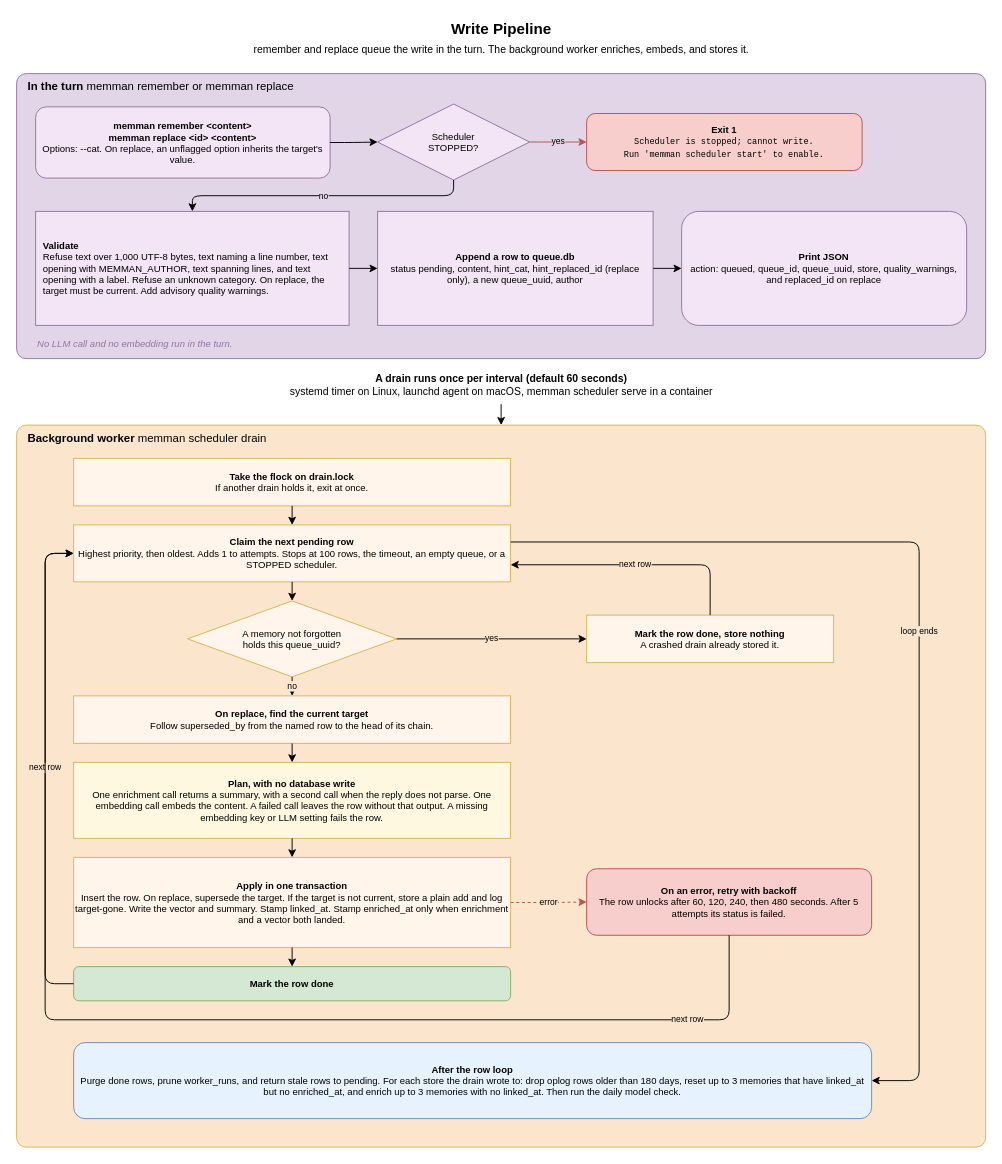
The draw.io diagram docs/diagrams/04-remember-pipeline.drawio in bissli/memman, before the edit. Source tidied: cells renumbered, new cells numbered last; positions are measured from the earlier drawing's top-left corner, leaving out a move shared by most shapes. Both pictures are drawn from the tidied source at 95%, with x=0, y=0 at pixel (16, 16).
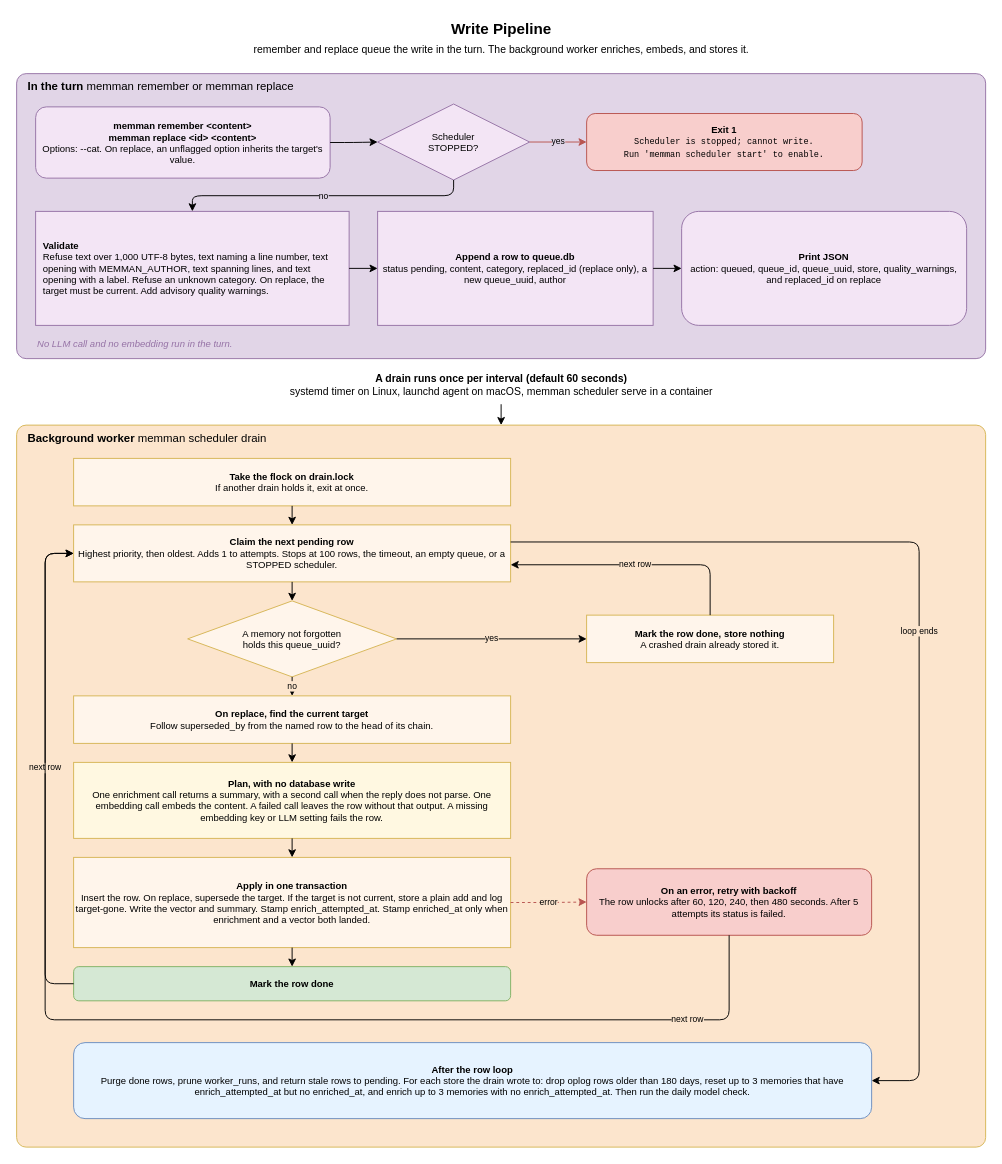
After the change.

Change to the diagram source:
```diff
@@
-    <mxCell id="8" value="&lt;b&gt;Append a row to queue.db&lt;/b&gt;&lt;br&gt;status pending, content, hint_cat, hint_replaced_id (replace only), a new queue_uuid, author" style="rounded=0;whiteSpace=wrap;html=1;fillColor=#F3E5F5;strokeColor=#9673a6;fontSize=10;" parent="1" vertex="1">
+    <mxCell id="8" value="&lt;b&gt;Append a row to queue.db&lt;/b&gt;&lt;br&gt;status pending, content, category, replaced_id (replace only), a new queue_uuid, author" style="rounded=0;whiteSpace=wrap;html=1;fillColor=#F3E5F5;strokeColor=#9673a6;fontSize=10;" parent="1" vertex="1">
       <mxGeometry x="380" y="205" width="290" height="120" as="geometry" />
     </mxCell>
@@
-    <mxCell id="25" value="&lt;b&gt;Apply in one transaction&lt;/b&gt;&lt;br&gt;Insert the row. On replace, supersede the target. If the target is not current, store a plain add and log target-gone. Write the vector and summary. Stamp linked_at. Stamp enriched_at only when enrichment and a vector both landed." style="rounded=0;whiteSpace=wrap;html=1;fillColor=#FFF5EB;strokeColor=#d6b656;fontSize=10;" parent="1" vertex="1">
+    <mxCell id="25" value="&lt;b&gt;Apply in one transaction&lt;/b&gt;&lt;br&gt;Insert the row. On replace, supersede the target. If the target is not current, store a plain add and log target-gone. Write the vector and summary. Stamp enrich_attempted_at. Stamp enriched_at only when enrichment and a vector both landed." style="rounded=0;whiteSpace=wrap;html=1;fillColor=#FFF5EB;strokeColor=#d6b656;fontSize=10;" parent="1" vertex="1">
       <mxGeometry x="60" y="885" width="460" height="95" as="geometry" />
     </mxCell>
@@
-    <mxCell id="28" value="&lt;b&gt;After the row loop&lt;/b&gt;&lt;br&gt;Purge done rows, prune worker_runs, and return stale rows to pending. For each store the drain wrote to: drop oplog rows older than 180 days, reset up to 3 memories that have linked_at but no enriched_at, and enrich up to 3 memories with no linked_at. Then run the daily model check." style="rounded=1;whiteSpace=wrap;html=1;fillColor=#E6F3FF;strokeColor=#6c8ebf;fontSize=10;" parent="1" vertex="1">
+    <mxCell id="28" value="&lt;b&gt;After the row loop&lt;/b&gt;&lt;br&gt;Purge done rows, prune worker_runs, and return stale rows to pending. For each store the drain wrote to: drop oplog rows older than 180 days, reset up to 3 memories that have enrich_attempted_at but no enriched_at, and enrich up to 3 memories with no enrich_attempted_at. Then run the daily model check." style="rounded=1;whiteSpace=wrap;html=1;fillColor=#E6F3FF;strokeColor=#6c8ebf;fontSize=10;" parent="1" vertex="1">
       <mxGeometry x="60" y="1080" width="840" height="80" as="geometry" />
     </mxCell>
```
